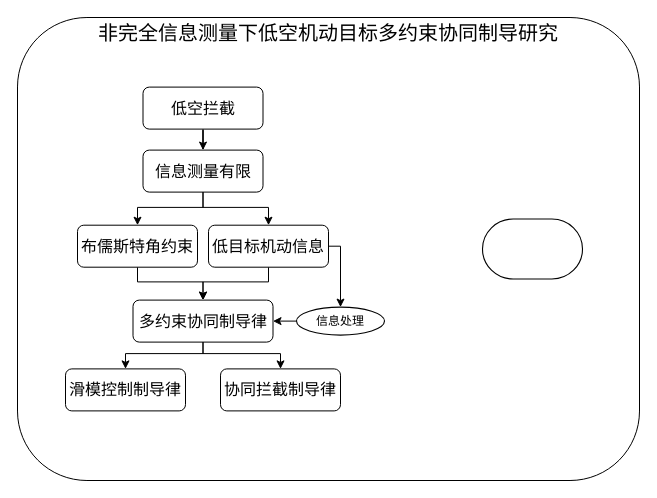
The draw.io diagram 大论文框架.drawio in master-fency/plot, before the edit. Source tidied: cells renumbered, new cells numbered last; positions are measured from the earlier drawing's top-left corner, leaving out a move shared by most shapes. Both pictures are drawn from the tidied source at 100%, with x=0, y=0 at pixel (17, 17).
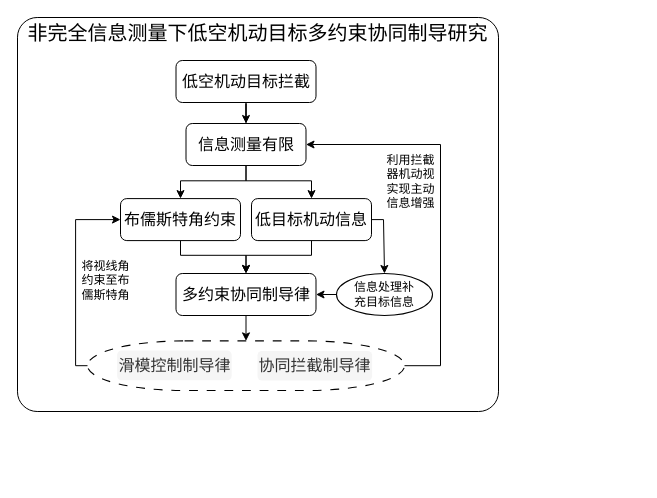
Above is the later version.

Commit message (it also covers changes not shown here):
更新大论文框架.drawio

Change to the diagram source:
```diff
@@
-    <mxCell id="2" value="&lt;span style=&quot;line-height: 150%;&quot;&gt;&lt;font style=&quot;font-size: 20px;&quot; face=&quot;Times New Roman&quot;&gt;非完全信息测量下低空机动目标多约束协同制导研究&lt;/font&gt;&lt;/span&gt;" style="rounded=1;whiteSpace=wrap;html=1;roundedPerimeter=1;verticalAlign=top;" parent="1" vertex="1">
-      <mxGeometry width="622" height="463" as="geometry" />
+    <mxCell id="2" value="&lt;span style=&quot;line-height: 150%;&quot;&gt;&lt;font style=&quot;font-size: 20px;&quot; face=&quot;Times New Roman&quot;&gt;非完全信息测量下低空机动目标多约束协同制导研究&lt;/font&gt;&lt;/span&gt;" style="rounded=1;whiteSpace=wrap;html=1;roundedPerimeter=1;verticalAlign=top;arcSize=5;" parent="1" vertex="1">
+      <mxGeometry width="481" height="394" as="geometry" />
     </mxCell>
+    <mxCell id="21" style="group;" parent="1" vertex="1">
+      <mxGeometry x="58.1" y="43" width="364.9" height="330" as="geometry" />
+    </mxCell>
-    <mxCell id="3" style="edgeStyle=orthogonalEdgeStyle;rounded=0;jettySize=auto;html=1;exitX=0.5;exitY=1;exitDx=0;exitDy=0;fontFamily=Helvetica;fontSize=12;fontColor=default;" parent="1" edge="1" source="4" target="7">
+    <mxCell id="3" style="edgeStyle=orthogonalEdgeStyle;rounded=0;jettySize=auto;html=1;exitX=0.5;exitY=1;exitDx=0;exitDy=0;fontFamily=Helvetica;fontSize=12;fontColor=default;" parent="21" edge="1" source="4" target="7">
       <mxGeometry relative="1" as="geometry" />
     </mxCell>
-    <mxCell id="4" value="&lt;font style=&quot;font-size: 16px;&quot;&gt;低空拦截&lt;/font&gt;" style="rounded=1;whiteSpace=wrap;html=1;roundedPerimeter=1;fontFamily=Times New Roman;" parent="1" vertex="1">
-      <mxGeometry x="125.5" y="69.6" width="120" height="42" as="geometry" />
+    <mxCell id="4" value="&lt;font style=&quot;font-size: 16px;&quot;&gt;低空机动目标拦截&lt;/font&gt;" style="rounded=1;whiteSpace=wrap;html=1;roundedPerimeter=1;fontFamily=Times New Roman;" parent="21" vertex="1">
+      <mxGeometry x="100.4" width="140" height="42" as="geometry" />
     </mxCell>
-    <mxCell id="5" style="edgeStyle=orthogonalEdgeStyle;rounded=0;jettySize=auto;html=1;exitX=0.5;exitY=1;exitDx=0;exitDy=0;entryX=0.5;entryY=0;entryDx=0;entryDy=0;fontFamily=Helvetica;fontSize=12;fontColor=default;" parent="1" edge="1" source="7" target="9">
+    <mxCell id="5" style="edgeStyle=orthogonalEdgeStyle;rounded=0;jettySize=auto;html=1;exitX=0.5;exitY=1;exitDx=0;exitDy=0;entryX=0.5;entryY=0;entryDx=0;entryDy=0;fontFamily=Helvetica;fontSize=12;fontColor=default;" parent="21" edge="1" source="7" target="9">
       <mxGeometry relative="1" as="geometry">
         <Array as="points">
-          <mxPoint x="185.5" y="189.9" />
-          <mxPoint x="120" y="189.9" />
+          <mxPoint x="170.4" y="120.3" />
+          <mxPoint x="104.9" y="120.3" />
         </Array>
       </mxGeometry>
     </mxCell>
-    <mxCell id="6" style="edgeStyle=orthogonalEdgeStyle;rounded=0;jettySize=auto;html=1;exitX=0.5;exitY=1;exitDx=0;exitDy=0;entryX=0.5;entryY=0;entryDx=0;entryDy=0;fontFamily=Helvetica;fontSize=12;fontColor=default;" parent="1" edge="1" source="7" target="16">
+    <mxCell id="6" style="edgeStyle=orthogonalEdgeStyle;rounded=0;jettySize=auto;html=1;exitX=0.5;exitY=1;exitDx=0;exitDy=0;entryX=0.5;entryY=0;entryDx=0;entryDy=0;fontFamily=Helvetica;fontSize=12;fontColor=default;" parent="21" edge="1" source="7" target="16">
       <mxGeometry relative="1" as="geometry">
         <Array as="points">
-          <mxPoint x="185.5" y="189.9" />
-          <mxPoint x="251" y="189.9" />
+          <mxPoint x="170.4" y="120.3" />
+          <mxPoint x="235.9" y="120.3" />
         </Array>
       </mxGeometry>
     </mxCell>
-    <mxCell id="7" value="&lt;font style=&quot;font-size: 16px;&quot;&gt;信息测量有限&lt;/font&gt;" style="rounded=1;whiteSpace=wrap;html=1;roundedPerimeter=1;fontFamily=Times New Roman;" parent="1" vertex="1">
-      <mxGeometry x="125.5" y="132.6" width="120" height="42" as="geometry" />
+    <mxCell id="7" value="&lt;font style=&quot;font-size: 16px;&quot;&gt;信息测量有限&lt;/font&gt;" style="rounded=1;whiteSpace=wrap;html=1;roundedPerimeter=1;fontFamily=Times New Roman;" parent="21" vertex="1">
+      <mxGeometry x="110.4" y="63" width="120" height="42" as="geometry" />
     </mxCell>
-    <mxCell id="8" style="edgeStyle=orthogonalEdgeStyle;rounded=0;jettySize=auto;html=1;exitX=0.5;exitY=1;exitDx=0;exitDy=0;entryX=0.5;entryY=0;entryDx=0;entryDy=0;fontFamily=Helvetica;fontSize=12;fontColor=default;" parent="1" edge="1" source="9" target="12">
+    <mxCell id="8" style="edgeStyle=orthogonalEdgeStyle;rounded=0;jettySize=auto;html=1;exitX=0.5;exitY=1;exitDx=0;exitDy=0;entryX=0.5;entryY=0;entryDx=0;entryDy=0;fontFamily=Helvetica;fontSize=12;fontColor=default;" parent="21" edge="1" source="9" target="12">
       <mxGeometry relative="1" as="geometry">
         <Array as="points">
-          <mxPoint x="120" y="264.4" />
-          <mxPoint x="185.5" y="264.4" />
+          <mxPoint x="104.9" y="194.8" />
+          <mxPoint x="170.4" y="194.8" />
         </Array>
       </mxGeometry>
     </mxCell>
-    <mxCell id="9" value="&lt;div&gt;&lt;font style=&quot;font-size: 16px;&quot;&gt;布儒斯特角约束&lt;/font&gt;&lt;/div&gt;" style="rounded=1;whiteSpace=wrap;html=1;roundedPerimeter=1;fontFamily=Times New Roman;" parent="1" vertex="1">
-      <mxGeometry x="60" y="207.7" width="120" height="42" as="geometry" />
+    <mxCell id="9" value="&lt;div&gt;&lt;font style=&quot;font-size: 16px;&quot;&gt;布儒斯特角约束&lt;/font&gt;&lt;/div&gt;" style="rounded=1;whiteSpace=wrap;html=1;roundedPerimeter=1;fontFamily=Times New Roman;" parent="21" vertex="1">
+      <mxGeometry x="44.9" y="138.1" width="120" height="42" as="geometry" />
     </mxCell>
-    <mxCell id="10" style="edgeStyle=orthogonalEdgeStyle;rounded=0;jettySize=auto;html=1;exitX=0.5;exitY=1;exitDx=0;exitDy=0;entryX=0.5;entryY=0;entryDx=0;entryDy=0;fontFamily=Helvetica;fontSize=12;fontColor=default;" parent="1" edge="1" source="12" target="13">
-      <mxGeometry relative="1" as="geometry">
-        <Array as="points">
-          <mxPoint x="185.5" y="336.1" />
-          <mxPoint x="108" y="336.1" />
-        </Array>
-      </mxGeometry>
-    </mxCell>
-    <mxCell id="11" style="edgeStyle=orthogonalEdgeStyle;rounded=0;jettySize=auto;html=1;exitX=0.5;exitY=1;exitDx=0;exitDy=0;entryX=0.5;entryY=0;entryDx=0;entryDy=0;fontFamily=Helvetica;fontSize=12;fontColor=default;" parent="1" edge="1" source="12" target="14">
-      <mxGeometry relative="1" as="geometry">
-        <Array as="points">
-          <mxPoint x="185.5" y="336.1" />
-          <mxPoint x="263" y="336.1" />
-        </Array>
-      </mxGeometry>
-    </mxCell>
-    <mxCell id="12" value="&lt;div&gt;&lt;font style=&quot;font-size: 16px;&quot;&gt;多约束协同制导律&lt;/font&gt;&lt;/div&gt;" style="rounded=1;whiteSpace=wrap;html=1;roundedPerimeter=1;fontFamily=Times New Roman;" parent="1" vertex="1">
-      <mxGeometry x="115.5" y="282.6" width="140" height="42" as="geometry" />
+    <mxCell id="12" value="&lt;div&gt;&lt;font style=&quot;font-size: 16px;&quot;&gt;多约束协同制导律&lt;/font&gt;&lt;/div&gt;" style="rounded=1;whiteSpace=wrap;html=1;roundedPerimeter=1;fontFamily=Times New Roman;" parent="21" vertex="1">
+      <mxGeometry x="100.4" y="213" width="140" height="42" as="geometry" />
     </mxCell>
-    <mxCell id="13" value="&lt;font style=&quot;font-size: 16px;&quot;&gt;滑模控制制导律&lt;/font&gt;" style="rounded=1;whiteSpace=wrap;html=1;roundedPerimeter=1;fontFamily=Times New Roman;" parent="1" vertex="1">
-      <mxGeometry x="48" y="351.4" width="120" height="42" as="geometry" />
-    </mxCell>
-    <mxCell id="14" value="&lt;span style=&quot;font-size: 16px;&quot;&gt;协同拦截制导律&lt;/span&gt;" style="rounded=1;whiteSpace=wrap;html=1;roundedPerimeter=1;fontFamily=Times New Roman;" parent="1" vertex="1">
-      <mxGeometry x="203" y="351.4" width="120" height="42" as="geometry" />
-    </mxCell>
-    <mxCell id="15" style="edgeStyle=orthogonalEdgeStyle;rounded=0;jettySize=auto;html=1;exitX=0.5;exitY=1;exitDx=0;exitDy=0;entryX=0.5;entryY=0;entryDx=0;entryDy=0;fontFamily=Helvetica;fontSize=12;fontColor=default;" parent="1" edge="1" source="16" target="12">
+    <mxCell id="15" style="edgeStyle=orthogonalEdgeStyle;rounded=0;jettySize=auto;html=1;exitX=0.5;exitY=1;exitDx=0;exitDy=0;entryX=0.5;entryY=0;entryDx=0;entryDy=0;fontFamily=Helvetica;fontSize=12;fontColor=default;" parent="21" edge="1" source="16" target="12">
       <mxGeometry relative="1" as="geometry">
         <Array as="points">
-          <mxPoint x="251" y="264.4" />
-          <mxPoint x="185.5" y="264.4" />
+          <mxPoint x="235.9" y="194.8" />
+          <mxPoint x="170.4" y="194.8" />
         </Array>
       </mxGeometry>
     </mxCell>
-    <mxCell id="16" value="&lt;span style=&quot;font-size: 16px;&quot;&gt;低目标机动信息&lt;/span&gt;" style="rounded=1;whiteSpace=wrap;html=1;roundedPerimeter=1;fontFamily=Times New Roman;" parent="1" vertex="1">
-      <mxGeometry x="191" y="207.7" width="120" height="42" as="geometry" />
+    <mxCell id="16" value="&lt;span style=&quot;font-size: 16px;&quot;&gt;低目标机动信息&lt;/span&gt;" style="rounded=1;whiteSpace=wrap;html=1;roundedPerimeter=1;fontFamily=Times New Roman;" parent="21" vertex="1">
+      <mxGeometry x="175.9" y="138.1" width="120" height="42" as="geometry" />
     </mxCell>
-    <mxCell id="17" style="strokeWidth=1.10236;html=1;shape=mxgraph.flowchart.terminator;whiteSpace=wrap;" parent="1" vertex="1">
-      <mxGeometry x="465" y="201.5" width="100" height="60" as="geometry" />
-    </mxCell>
-    <mxCell id="18" style="edgeStyle=orthogonalEdgeStyle;rounded=0;jettySize=auto;html=1;exitX=0;exitY=0.5;exitDx=0;exitDy=0;exitPerimeter=0;entryX=1;entryY=0.5;entryDx=0;entryDy=0;fontFamily=Helvetica;fontSize=12;fontColor=default;" parent="1" edge="1" source="19" target="12">
+    <mxCell id="18" style="edgeStyle=orthogonalEdgeStyle;rounded=0;jettySize=auto;html=1;exitX=0;exitY=0.5;exitDx=0;exitDy=0;exitPerimeter=0;entryX=1;entryY=0.5;entryDx=0;entryDy=0;fontFamily=Helvetica;fontSize=12;fontColor=default;" parent="21" edge="1" source="19" target="12">
       <mxGeometry relative="1" as="geometry" />
     </mxCell>
-    <mxCell id="19" value="信息处理" style="strokeWidth=1.10236;html=1;shape=mxgraph.flowchart.start_1;whiteSpace=wrap;" parent="1" vertex="1">
-      <mxGeometry x="279" y="289.6" width="88" height="28" as="geometry" />
+    <mxCell id="19" value="信息处理&lt;span style=&quot;background-color: transparent; color: light-dark(rgb(0, 0, 0), rgb(255, 255, 255));&quot;&gt;补&lt;/span&gt;&lt;div&gt;&lt;span style=&quot;background-color: transparent; color: light-dark(rgb(0, 0, 0), rgb(255, 255, 255));&quot;&gt;充目标信息&lt;/span&gt;&lt;/div&gt;" style="strokeWidth=1.10236;html=1;shape=mxgraph.flowchart.start_1;whiteSpace=wrap;" parent="21" vertex="1">
+      <mxGeometry x="260.9" y="213" width="96" height="42" as="geometry" />
     </mxCell>
-    <mxCell id="20" style="edgeStyle=orthogonalEdgeStyle;rounded=0;jettySize=auto;html=1;exitX=1;exitY=0.5;exitDx=0;exitDy=0;entryX=0.5;entryY=0;entryDx=0;entryDy=0;entryPerimeter=0;fontFamily=Helvetica;fontSize=12;fontColor=default;" parent="1" edge="1" source="16" target="19">
+    <mxCell id="20" style="edgeStyle=orthogonalEdgeStyle;rounded=0;jettySize=auto;html=1;exitX=1;exitY=0.5;exitDx=0;exitDy=0;entryX=0.5;entryY=0;entryDx=0;entryDy=0;entryPerimeter=0;fontFamily=Helvetica;fontSize=12;fontColor=default;" parent="21" edge="1" source="16" target="19">
       <mxGeometry relative="1" as="geometry">
         <Array as="points">
-          <mxPoint x="323" y="228.7" />
+          <mxPoint x="307.9" y="159.1" />
         </Array>
       </mxGeometry>
     </mxCell>
+    <mxCell id="22" style="group;" parent="21" vertex="1">
+      <mxGeometry x="11.9" y="280.4" width="317" height="49.6" as="geometry" />
+    </mxCell>
+    <mxCell id="17" style="strokeWidth=1.10236;html=1;shape=mxgraph.flowchart.terminator;whiteSpace=wrap;dashed=1;dashPattern=8 8;" parent="22" vertex="1">
+      <mxGeometry width="317" height="49.6" as="geometry" />
+    </mxCell>
+    <mxCell id="13" value="&lt;font style=&quot;font-size: 16px;&quot;&gt;滑模控制制导律&lt;/font&gt;" style="rounded=1;whiteSpace=wrap;html=1;roundedPerimeter=1;fontFamily=Times New Roman;strokeColor=none;fillColor=#f5f5f5;fontColor=#333333;" parent="22" vertex="1">
+      <mxGeometry x="29.6" y="9.7" width="114.6" height="29.6" as="geometry" />
+    </mxCell>
+    <mxCell id="14" value="&lt;span style=&quot;font-size: 16px;&quot;&gt;协同拦截制导律&lt;/span&gt;" style="rounded=1;whiteSpace=wrap;html=1;roundedPerimeter=1;fontFamily=Times New Roman;fillColor=#f5f5f5;fontColor=#333333;strokeColor=none;" parent="22" vertex="1">
+      <mxGeometry x="170" y="10" width="114.6" height="29.6" as="geometry" />
+    </mxCell>
+    <mxCell id="23" style="edgeStyle=orthogonalEdgeStyle;rounded=0;jettySize=auto;html=1;exitX=0.5;exitY=1;exitDx=0;exitDy=0;entryX=0.5;entryY=0;entryDx=0;entryDy=0;entryPerimeter=0;fontFamily=Helvetica;fontSize=12;fontColor=default;" parent="21" edge="1" source="12" target="17">
+      <mxGeometry relative="1" as="geometry" />
+    </mxCell>
+    <mxCell id="24" style="edgeStyle=orthogonalEdgeStyle;rounded=0;jettySize=auto;html=1;exitX=0;exitY=0.5;exitDx=0;exitDy=0;exitPerimeter=0;entryX=0;entryY=0.5;entryDx=0;entryDy=0;fontFamily=Helvetica;fontSize=12;fontColor=default;" parent="21" edge="1" source="17" target="9">
+      <mxGeometry relative="1" as="geometry">
+        <Array as="points">
+          <mxPoint y="305.2" />
+          <mxPoint y="159.1" />
+        </Array>
+      </mxGeometry>
+    </mxCell>
+    <mxCell id="25" value="&lt;font&gt;将视线角&lt;/font&gt;&lt;div&gt;&lt;font&gt;约束&lt;/font&gt;&lt;span style=&quot;background-color: light-dark(#ffffff, var(--ge-dark-color, #121212)); color: light-dark(rgb(0, 0, 0), rgb(255, 255, 255));&quot;&gt;至&lt;/span&gt;&lt;span style=&quot;background-color: light-dark(#ffffff, var(--ge-dark-color, #121212)); color: light-dark(rgb(0, 0, 0), rgb(255, 255, 255)); white-space: normal; font-family: &amp;quot;Times New Roman&amp;quot;;&quot;&gt;布&lt;/span&gt;&lt;div&gt;&lt;font&gt;&lt;span style=&quot;font-family: &amp;quot;Times New Roman&amp;quot;; white-space: normal;&quot;&gt;儒斯特角&lt;/span&gt;&lt;/font&gt;&lt;/div&gt;&lt;/div&gt;" style="edgeLabel;html=1;align=center;verticalAlign=middle;fontFamily=Helvetica;fontSize=12;fontColor=default;" parent="24" vertex="1">
+      <mxGeometry x="-0.01" y="-2" relative="1" as="geometry">
+        <mxPoint x="27" y="2" as="offset" />
+      </mxGeometry>
+    </mxCell>
+    <mxCell id="26" value="&lt;font&gt;利用拦截&lt;/font&gt;&lt;div&gt;&lt;font&gt;器机动视&lt;/font&gt;&lt;/div&gt;&lt;div&gt;&lt;font&gt;实现&lt;/font&gt;&lt;span style=&quot;background-color: light-dark(#ffffff, var(--ge-dark-color, #121212)); color: light-dark(rgb(0, 0, 0), rgb(255, 255, 255));&quot;&gt;主动&lt;/span&gt;&lt;/div&gt;&lt;div&gt;&lt;span style=&quot;background-color: light-dark(#ffffff, var(--ge-dark-color, #121212)); color: light-dark(rgb(0, 0, 0), rgb(255, 255, 255));&quot;&gt;信&lt;/span&gt;&lt;span style=&quot;background-color: light-dark(#ffffff, var(--ge-dark-color, #121212)); color: light-dark(rgb(0, 0, 0), rgb(255, 255, 255));&quot;&gt;息增强&lt;/span&gt;&lt;/div&gt;" style="edgeLabel;html=1;align=center;verticalAlign=middle;fontFamily=Helvetica;fontSize=12;fontColor=default;" parent="24" vertex="1">
+      <mxGeometry x="-0.01" y="-2" relative="1" as="geometry">
+        <mxPoint x="332" y="-97" as="offset" />
+      </mxGeometry>
+    </mxCell>
+    <mxCell id="27" style="edgeStyle=orthogonalEdgeStyle;rounded=0;jettySize=auto;html=1;exitX=1;exitY=0.5;exitDx=0;exitDy=0;exitPerimeter=0;entryX=1;entryY=0.5;entryDx=0;entryDy=0;fontFamily=Helvetica;fontSize=12;fontColor=default;" parent="21" edge="1" source="17" target="7">
+      <mxGeometry relative="1" as="geometry">
+        <Array as="points">
+          <mxPoint x="364.9" y="305.2" />
+          <mxPoint x="364.9" y="84" />
+        </Array>
+      </mxGeometry>
+    </mxCell>
```
